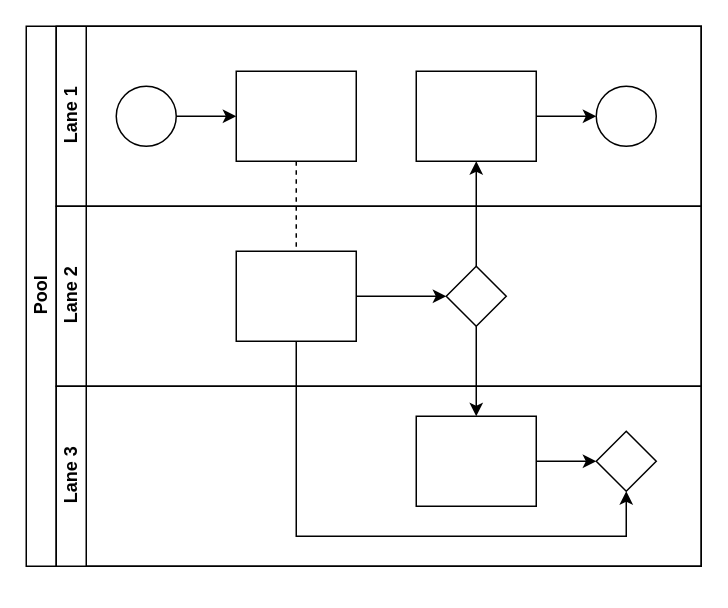
The draw.io diagram 未命名绘图.drawio in ginuim/mueditor, before the edit. Source tidied: cells renumbered, new cells numbered last; positions are measured from the earlier drawing's top-left corner, leaving out a move shared by most shapes. Both pictures are drawn from the tidied source at 150%, with x=0, y=0 at pixel (26, 26).
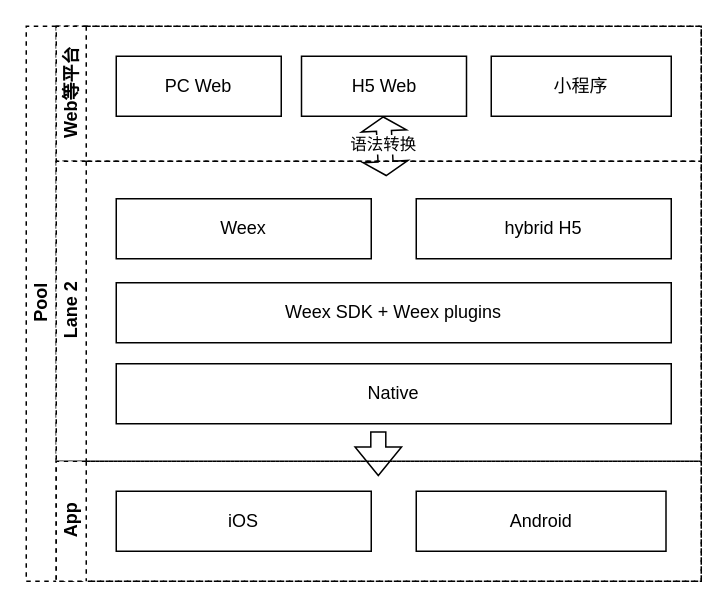
Above is the later version.

Commit message (it also covers changes not shown here):
更新未命名绘图.drawio

Diff of the diagram source:
```diff
@@
-    <mxCell id="2" value="Pool" style="swimlane;html=1;horizontal=0;startSize=20;" parent="1" vertex="1">
-      <mxGeometry width="450" height="360" as="geometry" />
+    <mxCell id="2" value="Pool" style="swimlane;html=1;horizontal=0;startSize=20;dashed=1;" parent="1" vertex="1">
+      <mxGeometry width="450" height="370" as="geometry" />
     </mxCell>
-    <mxCell id="3" style="edgeStyle=orthogonalEdgeStyle;rounded=0;jettySize=auto;html=1;dashed=1;endArrow=none;endFill=0;" parent="2" edge="1" source="10" target="16">
-      <mxGeometry relative="1" as="geometry" />
-    </mxCell>
-    <mxCell id="4" style="edgeStyle=orthogonalEdgeStyle;rounded=0;jettySize=auto;html=1;endArrow=classic;endFill=1;" parent="2" edge="1" source="17" target="12">
-      <mxGeometry relative="1" as="geometry" />
-    </mxCell>
-    <mxCell id="5" style="edgeStyle=orthogonalEdgeStyle;rounded=0;jettySize=auto;html=1;endArrow=classic;endFill=1;" parent="2" edge="1" source="17" target="20">
-      <mxGeometry relative="1" as="geometry" />
-    </mxCell>
-    <mxCell id="6" style="edgeStyle=orthogonalEdgeStyle;rounded=0;jettySize=auto;html=1;endArrow=classic;endFill=1;" parent="2" edge="1" source="16" target="21">
-      <mxGeometry relative="1" as="geometry">
-        <Array as="points">
-          <mxPoint x="180" y="340" />
-          <mxPoint x="400" y="340" />
-        </Array>
-      </mxGeometry>
-    </mxCell>
-    <mxCell id="7" value="Lane 1" style="swimlane;html=1;startSize=20;horizontal=0;" parent="2" vertex="1">
-      <mxGeometry x="20" width="430" height="120" as="geometry" />
+    <mxCell id="7" value="Web等平台" style="swimlane;html=1;startSize=20;horizontal=0;dashed=1;" parent="2" vertex="1">
+      <mxGeometry x="20" width="430" height="90" as="geometry" />
     </mxCell>
-    <mxCell id="8" style="edgeStyle=orthogonalEdgeStyle;rounded=0;jettySize=auto;html=1;" parent="7" edge="1" source="9" target="10">
-      <mxGeometry relative="1" as="geometry" />
-    </mxCell>
-    <mxCell id="9" style="ellipse;whiteSpace=wrap;html=1;" parent="7" vertex="1">
-      <mxGeometry x="40" y="40" width="40" height="40" as="geometry" />
-    </mxCell>
-    <mxCell id="10" style="rounded=0;whiteSpace=wrap;html=1;fontFamily=Helvetica;fontSize=12;fontColor=#000000;align=center;" parent="7" vertex="1">
-      <mxGeometry x="120" y="30" width="80" height="60" as="geometry" />
-    </mxCell>
-    <mxCell id="11" style="edgeStyle=orthogonalEdgeStyle;rounded=0;jettySize=auto;html=1;endArrow=classic;endFill=1;" parent="7" edge="1" source="12" target="13">
-      <mxGeometry relative="1" as="geometry" />
-    </mxCell>
-    <mxCell id="12" style="rounded=0;whiteSpace=wrap;html=1;fontFamily=Helvetica;fontSize=12;fontColor=#000000;align=center;" parent="7" vertex="1">
-      <mxGeometry x="240" y="30" width="80" height="60" as="geometry" />
-    </mxCell>
-    <mxCell id="13" style="ellipse;whiteSpace=wrap;html=1;" parent="7" vertex="1">
-      <mxGeometry x="360" y="40" width="40" height="40" as="geometry" />
-    </mxCell>
+    <mxCell id="22" value="PC Web" style="rounded=0;whiteSpace=wrap;html=1;" parent="7" vertex="1">
+      <mxGeometry x="40" y="20" width="110" height="40" as="geometry" />
+    </mxCell>
+    <mxCell id="23" value="小程序" style="rounded=0;whiteSpace=wrap;html=1;" parent="7" vertex="1">
+      <mxGeometry x="290" y="20" width="120" height="40" as="geometry" />
+    </mxCell>
+    <mxCell id="24" value="H5 Web" style="rounded=0;whiteSpace=wrap;html=1;" parent="7" vertex="1">
+      <mxGeometry x="163.5" y="20" width="110" height="40" as="geometry" />
+    </mxCell>
+    <mxCell id="25" style="shape=flexArrow;endArrow=classic;startArrow=classic;html=1;rounded=0;endWidth=19;endSize=2.76;startWidth=19;startSize=2.76;" parent="7" edge="1">
+      <mxGeometry relative="1" as="geometry">
+        <mxPoint x="220" y="100" as="sourcePoint" />
+        <mxPoint x="218" y="60" as="targetPoint" />
+      </mxGeometry>
+    </mxCell>
+    <mxCell id="26" value="语法转换" style="edgeLabel;html=1;align=center;verticalAlign=middle;" parent="25" vertex="1">
+      <mxGeometry x="0.11" y="1" relative="1" as="geometry" />
+    </mxCell>
-    <mxCell id="14" value="Lane 2" style="swimlane;html=1;startSize=20;horizontal=0;" parent="2" vertex="1">
-      <mxGeometry x="20" y="120" width="430" height="120" as="geometry" />
+    <mxCell id="14" value="Lane 2" style="swimlane;html=1;startSize=20;horizontal=0;dashed=1;" parent="2" vertex="1">
+      <mxGeometry x="20" y="90" width="430" height="200" as="geometry" />
     </mxCell>
-    <mxCell id="15" style="edgeStyle=orthogonalEdgeStyle;rounded=0;jettySize=auto;html=1;endArrow=classic;endFill=1;" parent="14" edge="1" source="16" target="17">
-      <mxGeometry relative="1" as="geometry" />
-    </mxCell>
-    <mxCell id="16" style="rounded=0;whiteSpace=wrap;html=1;fontFamily=Helvetica;fontSize=12;fontColor=#000000;align=center;" parent="14" vertex="1">
-      <mxGeometry x="120" y="30" width="80" height="60" as="geometry" />
-    </mxCell>
-    <mxCell id="17" style="rhombus;whiteSpace=wrap;html=1;fontFamily=Helvetica;fontSize=12;fontColor=#000000;align=center;" parent="14" vertex="1">
-      <mxGeometry x="260" y="40" width="40" height="40" as="geometry" />
-    </mxCell>
+    <mxCell id="27" value="Weex" style="rounded=0;whiteSpace=wrap;html=1;" parent="14" vertex="1">
+      <mxGeometry x="40" y="25" width="170" height="40" as="geometry" />
+    </mxCell>
+    <mxCell id="28" value="hybrid H5" style="rounded=0;whiteSpace=wrap;html=1;" parent="14" vertex="1">
+      <mxGeometry x="240" y="25" width="170" height="40" as="geometry" />
+    </mxCell>
+    <mxCell id="29" value="Weex SDK + Weex plugins" style="rounded=0;whiteSpace=wrap;html=1;" parent="14" vertex="1">
+      <mxGeometry x="40" y="81" width="370" height="40" as="geometry" />
+    </mxCell>
+    <mxCell id="30" value="Native" style="rounded=0;whiteSpace=wrap;html=1;" parent="14" vertex="1">
+      <mxGeometry x="40" y="135" width="370" height="40" as="geometry" />
+    </mxCell>
+    <mxCell id="31" style="shape=flexArrow;endArrow=classic;html=1;rounded=0;" parent="14" edge="1">
+      <mxGeometry relative="1" as="geometry">
+        <mxPoint x="214.7" y="180" as="sourcePoint" />
+        <mxPoint x="214.7" y="210" as="targetPoint" />
+      </mxGeometry>
+    </mxCell>
-    <mxCell id="18" value="Lane 3" style="swimlane;html=1;startSize=20;horizontal=0;" parent="2" vertex="1">
-      <mxGeometry x="20" y="240" width="430" height="120" as="geometry" />
+    <mxCell id="18" value="App" style="swimlane;html=1;startSize=20;horizontal=0;dashed=1;" parent="2" vertex="1">
+      <mxGeometry x="20" y="290" width="430" height="80" as="geometry" />
     </mxCell>
-    <mxCell id="19" style="edgeStyle=orthogonalEdgeStyle;rounded=0;jettySize=auto;html=1;endArrow=classic;endFill=1;" parent="18" edge="1" source="20" target="21">
-      <mxGeometry relative="1" as="geometry" />
-    </mxCell>
-    <mxCell id="20" style="rounded=0;whiteSpace=wrap;html=1;fontFamily=Helvetica;fontSize=12;fontColor=#000000;align=center;" parent="18" vertex="1">
-      <mxGeometry x="240" y="20" width="80" height="60" as="geometry" />
-    </mxCell>
-    <mxCell id="21" style="rhombus;whiteSpace=wrap;html=1;fontFamily=Helvetica;fontSize=12;fontColor=#000000;align=center;" parent="18" vertex="1">
-      <mxGeometry x="360" y="30" width="40" height="40" as="geometry" />
-    </mxCell>
+    <mxCell id="32" value="iOS" style="rounded=0;whiteSpace=wrap;html=1;" parent="18" vertex="1">
+      <mxGeometry x="40" y="20" width="170" height="40" as="geometry" />
+    </mxCell>
+    <mxCell id="33" value="Android" style="rounded=0;whiteSpace=wrap;html=1;" parent="18" vertex="1">
+      <mxGeometry x="240" y="20" width="166.5" height="40" as="geometry" />
+    </mxCell>
```
